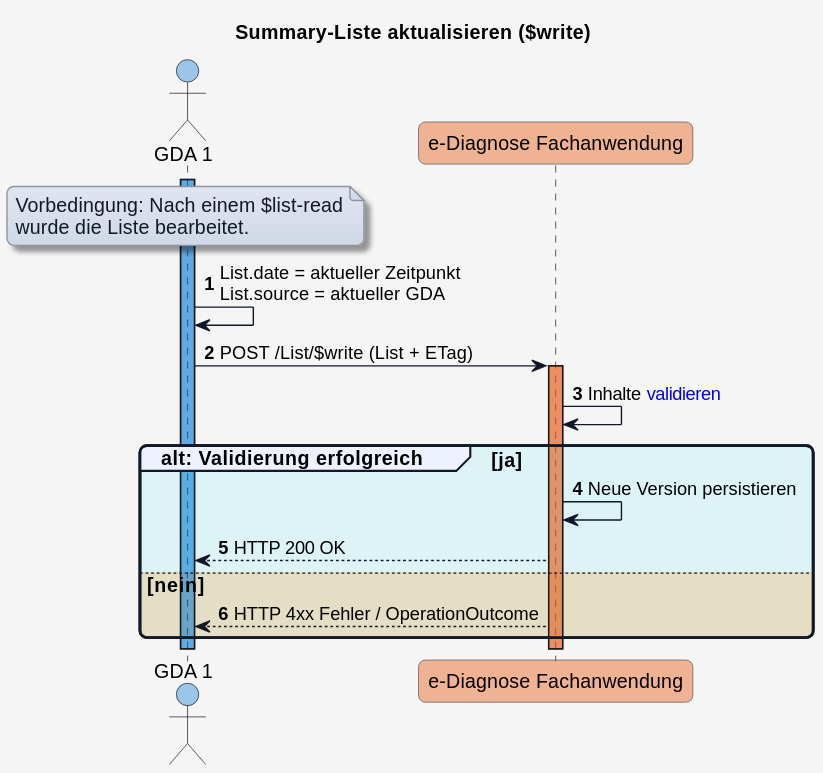
Before: input/images/plantuml/write_summary_list.svg, a diagram exported from PlantUML (HL7Austria/ELGA-e-Diagnose-R4). The source it was exported from:
```plantuml
@startuml
title Summary-Liste aktualisieren ($write)

skinparam borderColor #000000
skinparam backgroundColor #f5f5f5
skinparam shadowing false
skinparam roundCorner 10
skinparam defaultFontName "Arial"
skinparam defaultFontSize 14
skinparam defaultFontColor #000000

skinparam note {
  BackgroundColor #e0e5f0-#d1d9e6
  BorderColor #8b95a5
  BorderThickness 1
  RoundCorner 8
  Padding 6
  FontColor #111827
  Shadowing true
}

skinparam HyperlinkColor #0000EE
skinparam HyperlinkUnderline false

skinparam sequence {
  ParticipantBorderColor #555555
  ParticipantBackgroundColor #ffffff
  ParticipantFontColor #000000
  ParticipantFontSize 14
  ParticipantPadding 20
  ArrowColor #111827
  ArrowThickness 1
  ArrowFontColor #000000
  ArrowFontSize 13
  GroupBorderColor #111827
  GroupBackgroundColor #eef2ff
  GroupBorderThickness 2
}

skinparam BoxPadding 20
skinparam BoxBorderColor #555555

!define COLOR_GDA_1    #0078D460
!define COLOR_GDA_2    #8764B860
!define COLOR_PATIENT  #00950560
!define COLOR_APO      #00B7C360
!define COLOR_DIAG_FA  #E9713280
!define COLOR_E_REZEPT #E7485660

!define COLOR_OK       #50E6FF25
!define COLOR_ERROR    #FF8C0035

actor GDA_1 as "GDA 1" COLOR_GDA_1
participant eDiag_FA as "e-Diagnose Fachanwendung" COLOR_DIAG_FA

autonumber

activate GDA_1 COLOR_GDA_1

note over GDA_1
  Vorbedingung: Nach einem $list-read
  wurde die Liste bearbeitet.
end note

GDA_1 -> GDA_1 : List.date = aktueller Zeitpunkt\nList.source = aktueller GDA

GDA_1 -> eDiag_FA: POST /List/$write (List + ETag)

activate eDiag_FA COLOR_DIAG_FA

eDiag_FA -> eDiag_FA: Inhalte [[OperationDefinition-at-ediag-operation-list-write.html#validierung--fehlerbehandlung validieren]]

group COLOR_OK alt: Validierung erfolgreich [ja]

  eDiag_FA -> eDiag_FA: Neue Version persistieren

  eDiag_FA --> GDA_1: HTTP 200 OK

else COLOR_ERROR nein

  eDiag_FA --> GDA_1: HTTP 4xx Fehler / OperationOutcome

end

@enduml
```
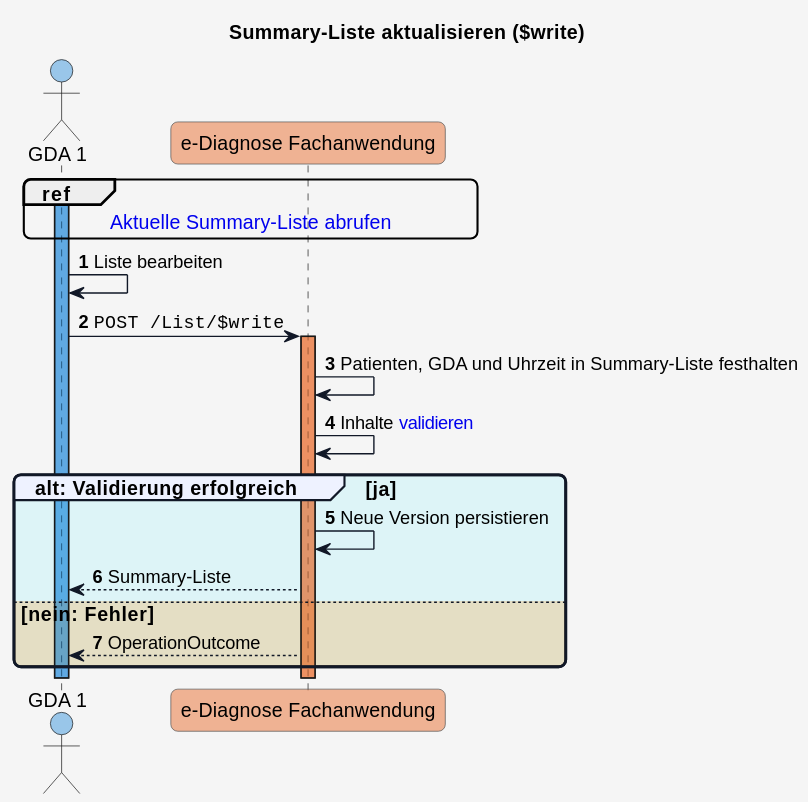
Above is the later version.

What changed in the source:
```diff
@@ -57,16 +57,15 @@
 
 activate GDA_1 COLOR_GDA_1
 
-note over GDA_1
-  Vorbedingung: Nach einem $list-read
-  wurde die Liste bearbeitet.
-end note
+ref over GDA_1, eDiag_FA : [[use_case_read.html#aktuelle-summary-liste-abrufen Aktuelle Summary-Liste abrufen]]
 
-GDA_1 -> GDA_1 : List.date = aktueller Zeitpunkt\nList.source = aktueller GDA
+GDA_1 -> GDA_1 : Liste bearbeiten
 
-GDA_1 -> eDiag_FA: POST /List/$write (List + ETag)
+GDA_1 -> eDiag_FA: ""POST /List/$write""
 
 activate eDiag_FA COLOR_DIAG_FA
+
+eDiag_FA -> eDiag_FA: Patienten, GDA und Uhrzeit in Summary-Liste festhalten
 
 eDiag_FA -> eDiag_FA: Inhalte [[OperationDefinition-at-ediag-operation-list-write.html#validierung--fehlerbehandlung validieren]]
 
@@ -74,11 +73,11 @@
 
   eDiag_FA -> eDiag_FA: Neue Version persistieren
 
-  eDiag_FA --> GDA_1: HTTP 200 OK
+  eDiag_FA --> GDA_1: Summary-Liste
 
-else COLOR_ERROR nein
+else COLOR_ERROR nein: Fehler
 
-  eDiag_FA --> GDA_1: HTTP 4xx Fehler / OperationOutcome
+  eDiag_FA --> GDA_1: OperationOutcome
 
 end
 
```
